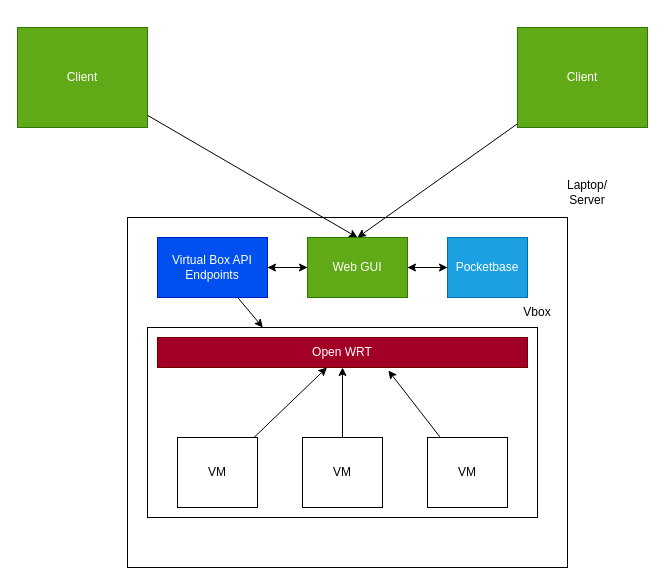
This is design.drawio from shelleyyyyy/cloud-whale, a draw.io file, before an edit. Source tidied: cells renumbered, new cells numbered last; positions are measured from the earlier drawing's top-left corner, leaving out a move shared by most shapes. Both pictures are drawn from the tidied source at 100%, with x=0, y=0 at pixel (17, 27).
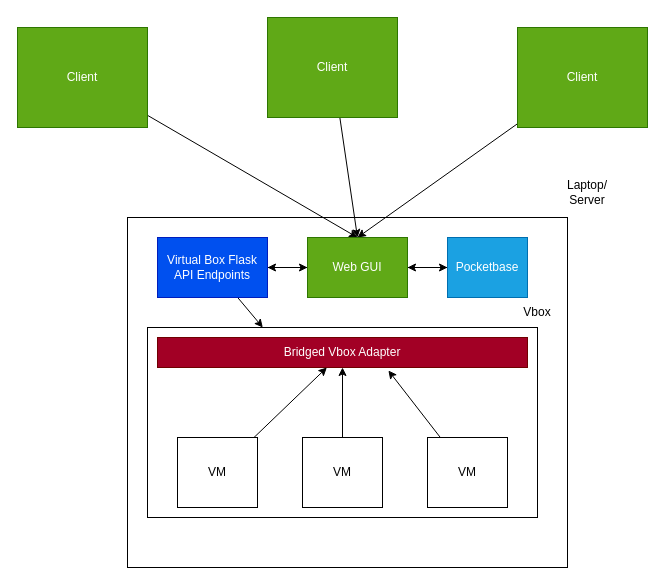
After the change.

Unchanged cells that the change refers to:
```xml
<mxCell id="13" value="Web GUI" style="whiteSpace=wrap;html=1;fillColor=#60a917;fontColor=#ffffff;strokeColor=#2D7600;" parent="1" vertex="1">
  <mxGeometry x="290" y="210" width="100" height="60" as="geometry" />
</mxCell>
```

What changed in the source:
```diff
@@
-    <mxCell id="7" value="Open WRT" style="whiteSpace=wrap;html=1;fillColor=#a20025;fontColor=#ffffff;strokeColor=#6F0000;" parent="1" vertex="1">
+    <mxCell id="7" value="Bridged Vbox Adapter" style="whiteSpace=wrap;html=1;fillColor=#a20025;fontColor=#ffffff;strokeColor=#6F0000;" parent="1" vertex="1">
       <mxGeometry x="140" y="310" width="370" height="30" as="geometry" />
     </mxCell>
@@
-    <mxCell id="10" value="Virtual Box API Endpoints" style="whiteSpace=wrap;html=1;fillColor=#0050ef;fontColor=#ffffff;strokeColor=#001DBC;" parent="1" vertex="1">
+    <mxCell id="10" value="Virtual Box Flask API Endpoints" style="whiteSpace=wrap;html=1;fillColor=#0050ef;fontColor=#ffffff;strokeColor=#001DBC;" parent="1" vertex="1">
       <mxGeometry x="140" y="210" width="110" height="60" as="geometry" />
     </mxCell>
@@
+    <mxCell id="25" style="edgeStyle=none;html=1;entryX=0.5;entryY=0;entryDx=0;entryDy=0;" parent="1" edge="1" source="26" target="13">
+      <mxGeometry relative="1" as="geometry" />
+    </mxCell>
+    <mxCell id="26" value="Client" style="whiteSpace=wrap;html=1;fillColor=#60a917;fontColor=#ffffff;strokeColor=#2D7600;" parent="1" vertex="1">
+      <mxGeometry x="250" y="-10" width="130" height="100" as="geometry" />
+    </mxCell>
```
